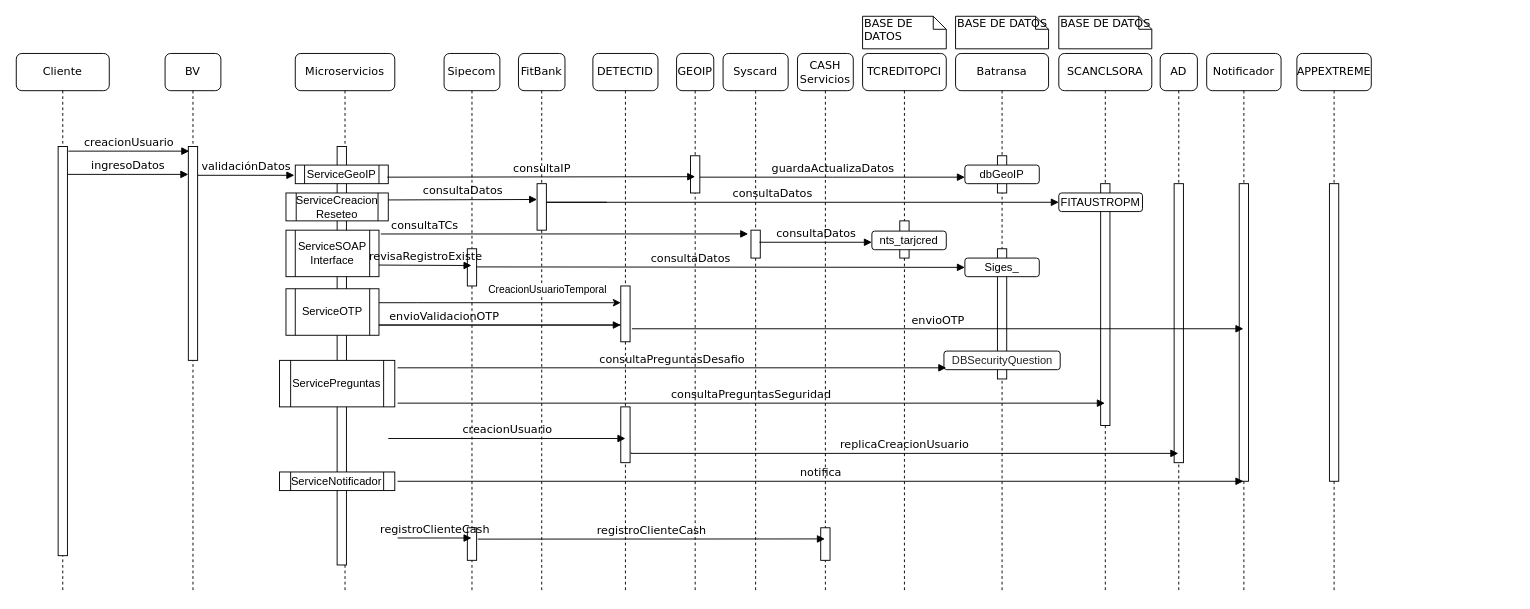
This is page "DiagramaSeqCreacion" (4 of 9) of CreateUsrBVDiagram.drawio from davidguillermofg/Diagrams, a draw.io file, before an edit. Source tidied: cells renumbered, new cells numbered last; positions are measured from the earlier drawing's top-left corner, leaving out a move shared by most shapes. Both pictures are drawn from the tidied source at 93%, with x=0, y=0 at pixel (16, 16).
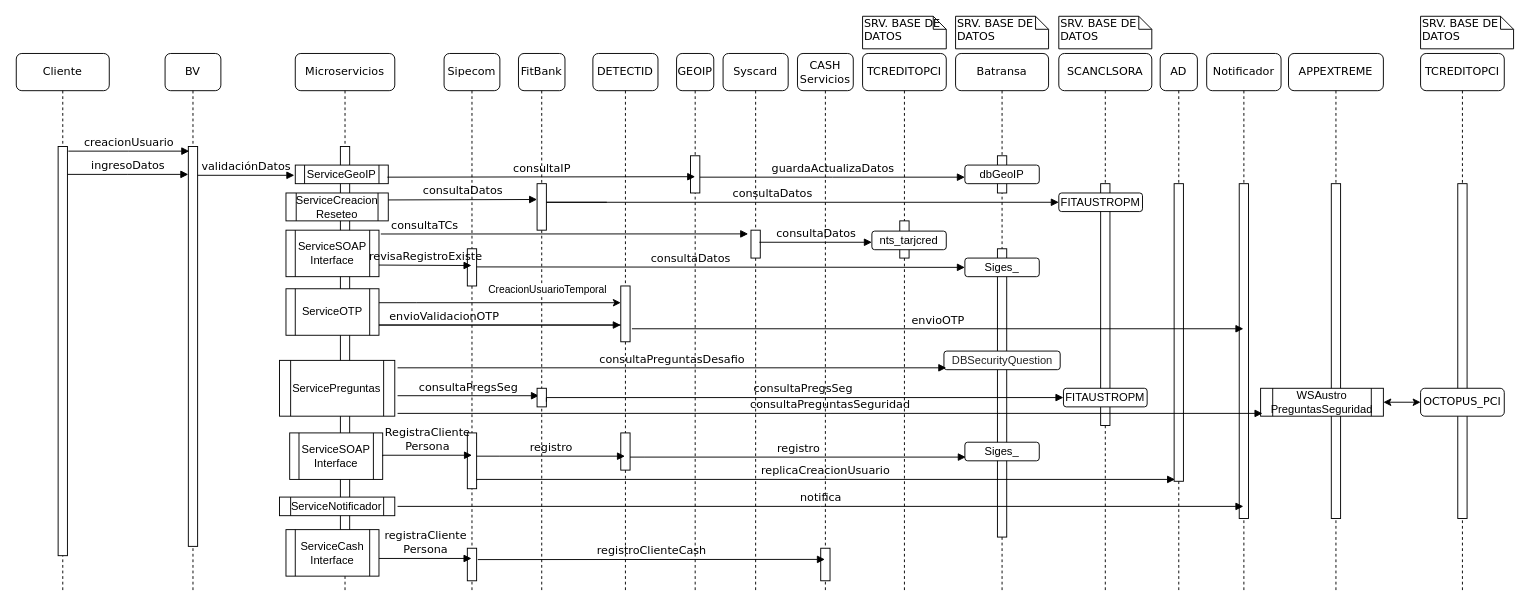
Above is the later version.

Unchanged cells that the change refers to:
```xml
<mxCell id="2" value="BV" style="shape=umlLifeline;perimeter=lifelinePerimeter;whiteSpace=wrap;html=1;rounded=1;shadow=0;comic=0;labelBackgroundColor=none;strokeWidth=1;fontFamily=Verdana;fontSize=12;align=center;" parent="1" vertex="1">
  <mxGeometry x="160" y="40" width="60" height="580" as="geometry" />
</mxCell>
<mxCell id="4" value="Microservicios" style="shape=umlLifeline;perimeter=lifelinePerimeter;whiteSpace=wrap;html=1;rounded=1;shadow=0;comic=0;labelBackgroundColor=none;strokeWidth=1;fontFamily=Verdana;fontSize=12;align=center;" parent="1" vertex="1">
  <mxGeometry x="300" y="40" width="107" height="580" as="geometry" />
</mxCell>
<mxCell id="12" value="Sipecom" style="shape=umlLifeline;perimeter=lifelinePerimeter;whiteSpace=wrap;html=1;rounded=1;shadow=0;comic=0;labelBackgroundColor=none;strokeWidth=1;fontFamily=Verdana;fontSize=12;align=center;" parent="1" vertex="1">
  <mxGeometry x="460" y="40" width="60" height="580" as="geometry" />
</mxCell>
<mxCell id="17" value="DETECTID" style="shape=umlLifeline;perimeter=lifelinePerimeter;whiteSpace=wrap;html=1;rounded=1;shadow=0;comic=0;labelBackgroundColor=none;strokeWidth=1;fontFamily=Verdana;fontSize=12;align=center;" parent="1" vertex="1">
  <mxGeometry x="620" y="40" width="70" height="580" as="geometry" />
</mxCell>
<mxCell id="30" value="Batransa" style="shape=umlLifeline;perimeter=lifelinePerimeter;whiteSpace=wrap;html=1;rounded=1;shadow=0;comic=0;labelBackgroundColor=none;strokeWidth=1;fontFamily=Verdana;fontSize=12;align=center;" parent="1" vertex="1">
  <mxGeometry x="1010" y="40" width="100" height="580" as="geometry" />
</mxCell>
<mxCell id="41" value="AD" style="shape=umlLifeline;perimeter=lifelinePerimeter;whiteSpace=wrap;html=1;rounded=1;shadow=0;comic=0;labelBackgroundColor=none;strokeWidth=1;fontFamily=Verdana;fontSize=12;align=center;" parent="1" vertex="1">
  <mxGeometry x="1230" y="40" width="40" height="580" as="geometry" />
</mxCell>
<mxCell id="43" value="Notificador" style="shape=umlLifeline;perimeter=lifelinePerimeter;whiteSpace=wrap;html=1;outlineConnect=0;rounded=1;shadow=0;comic=0;labelBackgroundColor=none;strokeWidth=1;fontFamily=Verdana;fontSize=12;align=center;" parent="1" vertex="1">
  <mxGeometry x="1280" y="40" width="80" height="580" as="geometry" />
</mxCell>
<mxCell id="65" value="CASH&lt;br&gt;Servicios" style="shape=umlLifeline;perimeter=lifelinePerimeter;whiteSpace=wrap;html=1;rounded=1;shadow=0;comic=0;labelBackgroundColor=none;strokeWidth=1;fontFamily=Verdana;fontSize=12;align=center;" parent="1" vertex="1">
  <mxGeometry x="840" y="40" width="60" height="580" as="geometry" />
</mxCell>
```

The edit, as a diff of the source:
```diff
@@
     <mxCell id="3" style="html=1;points=[];perimeter=orthogonalPerimeter;rounded=0;shadow=0;comic=0;labelBackgroundColor=none;strokeWidth=1;fontFamily=Verdana;fontSize=12;align=center;" parent="2" vertex="1">
-      <mxGeometry x="25" y="100" width="10" height="230" as="geometry" />
+      <mxGeometry x="25" y="100" width="10" height="430" as="geometry" />
     </mxCell>
@@
     <mxCell id="5" style="html=1;perimeter=orthogonalPerimeter;rounded=0;shadow=0;comic=0;labelBackgroundColor=none;strokeWidth=1;fontFamily=Verdana;fontSize=12;align=center;" parent="4" vertex="1">
-      <mxGeometry x="45" y="100" width="10" height="450" as="geometry" />
+      <mxGeometry x="48.5" y="100" width="10" height="450" as="geometry" />
     </mxCell>
@@
-    <mxCell id="10" value="ServiceNotificador" style="shape=process;whiteSpace=wrap;html=1;backgroundOutline=1;" parent="4" vertex="1">
-      <mxGeometry x="-17" y="450" width="124" height="20" as="geometry" />
-    </mxCell>
     <mxCell id="11" value="ServicePreguntas" style="shape=process;whiteSpace=wrap;html=1;backgroundOutline=1;" parent="4" vertex="1">
-      <mxGeometry x="-17" y="330" width="124" height="50" as="geometry" />
+      <mxGeometry x="-17" y="330" width="124" height="60" as="geometry" />
     </mxCell>
@@
-    <mxCell id="14" style="html=1;perimeter=orthogonalPerimeter;rounded=0;shadow=0;comic=0;labelBackgroundColor=none;strokeWidth=1;fontFamily=Verdana;fontSize=12;align=center;" parent="12" vertex="1">
-      <mxGeometry x="25" y="510" width="10" height="35" as="geometry" />
-    </mxCell>
@@
-    <mxCell id="18" style="html=1;points=[];perimeter=orthogonalPerimeter;rounded=0;shadow=0;comic=0;labelBackgroundColor=none;strokeWidth=1;fontFamily=Verdana;fontSize=12;align=center;" parent="17" vertex="1">
-      <mxGeometry x="30" y="380" width="10" height="60" as="geometry" />
-    </mxCell>
@@
-    <mxCell id="27" value="BASE DE DATOS" style="shape=note;whiteSpace=wrap;html=1;size=14;verticalAlign=top;align=left;spacingTop=-6;rounded=0;shadow=0;comic=0;labelBackgroundColor=none;strokeWidth=1;fontFamily=Verdana;fontSize=12;" parent="1" vertex="1">
+    <mxCell id="27" value="SRV.&amp;nbsp;BASE DE DATOS" style="shape=note;whiteSpace=wrap;html=1;size=14;verticalAlign=top;align=left;spacingTop=-6;rounded=0;shadow=0;comic=0;labelBackgroundColor=none;strokeWidth=1;fontFamily=Verdana;fontSize=12;" parent="1" vertex="1">
       <mxGeometry x="1010" width="100" height="35" as="geometry" />
     </mxCell>
-    <mxCell id="28" value="BASE DE DATOS" style="shape=note;whiteSpace=wrap;html=1;size=14;verticalAlign=top;align=left;spacingTop=-6;rounded=0;shadow=0;comic=0;labelBackgroundColor=none;strokeWidth=1;fontFamily=Verdana;fontSize=12;" parent="1" vertex="1">
+    <mxCell id="28" value="SRV.&amp;nbsp;BASE DE DATOS" style="shape=note;whiteSpace=wrap;html=1;size=14;verticalAlign=top;align=left;spacingTop=-6;rounded=0;shadow=0;comic=0;labelBackgroundColor=none;strokeWidth=1;fontFamily=Verdana;fontSize=12;" parent="1" vertex="1">
       <mxGeometry x="1121" width="100" height="35" as="geometry" />
     </mxCell>
@@
     <mxCell id="31" style="html=1;perimeter=orthogonalPerimeter;rounded=0;shadow=0;comic=0;labelBackgroundColor=none;strokeColor=#000000;strokeWidth=1;fillColor=#FFFFFF;fontFamily=Verdana;fontSize=12;fontColor=#000000;align=center;" parent="30" vertex="1">
-      <mxGeometry x="45" y="210" width="10" height="140" as="geometry" />
+      <mxGeometry x="45" y="210" width="10" height="310" as="geometry" />
     </mxCell>
@@
-    <mxCell id="37" value="creacionUsuario" style="html=1;verticalAlign=bottom;endArrow=block;labelBackgroundColor=none;fontFamily=Verdana;fontSize=12;edgeStyle=elbowEdgeStyle;elbow=vertical;rounded=0;" parent="1" edge="1">
-      <mxGeometry relative="1" as="geometry">
-        <mxPoint x="400" y="454" as="sourcePoint" />
-        <mxPoint x="655" y="454" as="targetPoint" />
-        <Array as="points">
-          <mxPoint x="400" y="454" />
-        </Array>
-      </mxGeometry>
-    </mxCell>
@@
     <mxCell id="42" style="html=1;perimeter=orthogonalPerimeter;rounded=0;shadow=0;comic=0;labelBackgroundColor=none;strokeColor=#000000;strokeWidth=1;fillColor=#FFFFFF;fontFamily=Verdana;fontSize=12;fontColor=#000000;align=center;" parent="41" vertex="1">
-      <mxGeometry x="15" y="140" width="10" height="300" as="geometry" />
+      <mxGeometry x="15" y="140" width="10" height="320" as="geometry" />
     </mxCell>
@@
     <mxCell id="44" style="html=1;perimeter=orthogonalPerimeter;rounded=0;shadow=0;comic=0;labelBackgroundColor=none;strokeColor=#000000;strokeWidth=1;fillColor=#FFFFFF;fontFamily=Verdana;fontSize=12;fontColor=#000000;align=center;" parent="43" vertex="1">
-      <mxGeometry x="35" y="140" width="10" height="320" as="geometry" />
+      <mxGeometry x="35" y="140" width="10" height="360" as="geometry" />
     </mxCell>
-    <mxCell id="45" value="replicaCreacionUsuario" style="html=1;verticalAlign=bottom;endArrow=block;labelBackgroundColor=none;fontFamily=Verdana;fontSize=12;edgeStyle=elbowEdgeStyle;elbow=vertical;rounded=0;exitX=1.1;exitY=0.65;exitDx=0;exitDy=0;exitPerimeter=0;" parent="1" edge="1">
-      <mxGeometry relative="1" as="geometry">
-        <mxPoint x="661" y="469" as="sourcePoint" />
-        <mxPoint x="1249.5" y="470" as="targetPoint" />
-        <Array as="points">
-          <mxPoint x="790" y="470" />
-        </Array>
-      </mxGeometry>
-    </mxCell>
-    <mxCell id="46" value="notifica" style="html=1;verticalAlign=bottom;endArrow=block;labelBackgroundColor=none;fontFamily=Verdana;fontSize=12;edgeStyle=elbowEdgeStyle;elbow=vertical;rounded=0;" parent="1" edge="1" target="43">
-      <mxGeometry relative="1" as="geometry">
-        <mxPoint x="410" y="500" as="sourcePoint" />
-      </mxGeometry>
-    </mxCell>
@@
-    <mxCell id="56" value="BASE DE DATOS" style="shape=note;whiteSpace=wrap;html=1;size=14;verticalAlign=top;align=left;spacingTop=-6;rounded=0;shadow=0;comic=0;labelBackgroundColor=none;strokeWidth=1;fontFamily=Verdana;fontSize=12;" parent="1" vertex="1">
+    <mxCell id="56" value="SRV. BASE DE DATOS" style="shape=note;whiteSpace=wrap;html=1;size=14;verticalAlign=top;align=left;spacingTop=-6;rounded=0;shadow=0;comic=0;labelBackgroundColor=none;strokeWidth=1;fontFamily=Verdana;fontSize=12;" parent="1" vertex="1">
       <mxGeometry x="910" width="90" height="35" as="geometry" />
     </mxCell>
@@
-    <mxCell id="62" value="consultaPreguntasSeguridad" style="html=1;verticalAlign=bottom;endArrow=block;labelBackgroundColor=none;fontFamily=Verdana;fontSize=12;edgeStyle=elbowEdgeStyle;elbow=vertical;rounded=0;" parent="1" edge="1">
-      <mxGeometry relative="1" as="geometry">
-        <mxPoint x="410" y="416" as="sourcePoint" />
-        <mxPoint x="1170.5" y="416" as="targetPoint" />
-      </mxGeometry>
-    </mxCell>
@@
+    <mxCell id="69" value="APPEXTREME" style="shape=umlLifeline;perimeter=lifelinePerimeter;whiteSpace=wrap;html=1;rounded=1;shadow=0;comic=0;labelBackgroundColor=none;strokeWidth=1;fontFamily=Verdana;fontSize=12;align=center;" parent="1" vertex="1">
+      <mxGeometry x="1368" y="40" width="102" height="580" as="geometry" />
+    </mxCell>
+    <mxCell id="70" style="html=1;perimeter=orthogonalPerimeter;rounded=0;shadow=0;comic=0;labelBackgroundColor=none;strokeColor=#000000;strokeWidth=1;fillColor=#FFFFFF;fontFamily=Verdana;fontSize=12;fontColor=#000000;align=center;" parent="69" vertex="1">
+      <mxGeometry x="46" y="140" width="10" height="360" as="geometry" />
+    </mxCell>
+    <mxCell id="71" value="WSAustro&lt;br&gt;PreguntasSeguridad" style="shape=process;whiteSpace=wrap;html=1;backgroundOutline=1;" parent="69" vertex="1">
+      <mxGeometry x="-30" y="360" width="132" height="30" as="geometry" />
+    </mxCell>
+    <mxCell id="62" value="consultaPreguntasSeguridad" style="html=1;verticalAlign=bottom;endArrow=block;labelBackgroundColor=none;fontFamily=Verdana;fontSize=12;edgeStyle=elbowEdgeStyle;elbow=vertical;rounded=0;" parent="1" edge="1">
+      <mxGeometry relative="1" as="geometry">
+        <mxPoint x="410" y="427" as="sourcePoint" />
+        <mxPoint x="1340" y="427" as="targetPoint" />
+      </mxGeometry>
+    </mxCell>
+    <mxCell id="72" value="TCREDITOPCI" style="shape=umlLifeline;perimeter=lifelinePerimeter;whiteSpace=wrap;html=1;rounded=1;shadow=0;comic=0;labelBackgroundColor=none;strokeWidth=1;fontFamily=Verdana;fontSize=12;align=center;" parent="1" vertex="1">
+      <mxGeometry x="1510" y="40" width="90" height="580" as="geometry" />
+    </mxCell>
+    <mxCell id="73" style="html=1;perimeter=orthogonalPerimeter;rounded=0;shadow=0;comic=0;labelBackgroundColor=none;strokeColor=#000000;strokeWidth=1;fillColor=#FFFFFF;fontFamily=Verdana;fontSize=12;fontColor=#000000;align=center;" parent="72" vertex="1">
+      <mxGeometry x="40" y="140" width="10" height="360" as="geometry" />
+    </mxCell>
+    <mxCell id="74" value="&lt;span style=&quot;font-family: &amp;#34;verdana&amp;#34;&quot;&gt;OCTOPUS_PCI&lt;/span&gt;" style="rounded=1;whiteSpace=wrap;html=1;" parent="72" vertex="1">
+      <mxGeometry y="360" width="90" height="30" as="geometry" />
+    </mxCell>
+    <mxCell id="75" value="SRV.&amp;nbsp;BASE DE DATOS" style="shape=note;whiteSpace=wrap;html=1;size=14;verticalAlign=top;align=left;spacingTop=-6;rounded=0;shadow=0;comic=0;labelBackgroundColor=none;strokeWidth=1;fontFamily=Verdana;fontSize=12;" parent="1" vertex="1">
+      <mxGeometry x="1510" width="100" height="35" as="geometry" />
+    </mxCell>
+    <mxCell id="76" style="edgeStyle=orthogonalEdgeStyle;rounded=0;jettySize=auto;html=1;exitX=1;exitY=0.5;exitDx=0;exitDy=0;entryX=0;entryY=0.5;entryDx=0;entryDy=0;fontSize=12;startArrow=classic;startFill=1;" parent="1" edge="1" source="71" target="74">
+      <mxGeometry relative="1" as="geometry" />
+    </mxCell>
+    <mxCell id="77" value="consultaPregsSeg" style="html=1;verticalAlign=bottom;endArrow=block;labelBackgroundColor=none;fontFamily=Verdana;fontSize=12;edgeStyle=elbowEdgeStyle;elbow=vertical;rounded=0;entryX=0.2;entryY=0.22;entryDx=0;entryDy=0;entryPerimeter=0;" parent="1" edge="1">
+      <mxGeometry relative="1" as="geometry">
+        <mxPoint x="410" y="408" as="sourcePoint" />
+        <mxPoint x="562" y="408.4" as="targetPoint" />
+        <Array as="points">
+          <mxPoint x="490" y="408" />
+        </Array>
+      </mxGeometry>
+    </mxCell>
+    <mxCell id="78" style="html=1;perimeter=orthogonalPerimeter;rounded=0;shadow=0;comic=0;labelBackgroundColor=none;strokeWidth=1;fontFamily=Verdana;fontSize=12;align=center;" parent="1" vertex="1">
+      <mxGeometry x="560" y="400" width="10" height="20" as="geometry" />
+    </mxCell>
+    <mxCell id="79" value="ServiceCash&lt;br&gt;Interface" style="shape=process;whiteSpace=wrap;html=1;backgroundOutline=1;" parent="1" vertex="1">
+      <mxGeometry x="290" y="552" width="100" height="50" as="geometry" />
+    </mxCell>
+    <mxCell id="14" style="html=1;perimeter=orthogonalPerimeter;rounded=0;shadow=0;comic=0;labelBackgroundColor=none;strokeWidth=1;fontFamily=Verdana;fontSize=12;align=center;" parent="1" vertex="1">
+      <mxGeometry x="485" y="572" width="10" height="35" as="geometry" />
+    </mxCell>
-    <mxCell id="66" style="html=1;perimeter=orthogonalPerimeter;rounded=0;shadow=0;comic=0;labelBackgroundColor=none;strokeWidth=1;fontFamily=Verdana;fontSize=12;align=center;" parent="65" vertex="1">
-      <mxGeometry x="25" y="510" width="10" height="35" as="geometry" />
+    <mxCell id="66" style="html=1;perimeter=orthogonalPerimeter;rounded=0;shadow=0;comic=0;labelBackgroundColor=none;strokeWidth=1;fontFamily=Verdana;fontSize=12;align=center;" parent="1" vertex="1">
+      <mxGeometry x="865" y="572" width="10" height="35" as="geometry" />
     </mxCell>
-    <mxCell id="67" value="registroClienteCash" style="html=1;verticalAlign=bottom;endArrow=block;labelBackgroundColor=none;fontFamily=Verdana;fontSize=12;edgeStyle=elbowEdgeStyle;elbow=vertical;rounded=0;" parent="1" edge="1">
+    <mxCell id="67" value="registraCliente&lt;br&gt;Persona" style="html=1;verticalAlign=bottom;endArrow=block;labelBackgroundColor=none;fontFamily=Verdana;fontSize=12;edgeStyle=elbowEdgeStyle;elbow=vertical;rounded=0;" parent="1" edge="1">
       <mxGeometry relative="1" as="geometry">
-        <mxPoint x="410" y="561" as="sourcePoint" />
-        <mxPoint x="489.5" y="561" as="targetPoint" />
+        <mxPoint x="390" y="583" as="sourcePoint" />
+        <mxPoint x="489.5" y="583" as="targetPoint" />
         <Array as="points">
-          <mxPoint x="460" y="561" />
+          <mxPoint x="460" y="583" />
         </Array>
       </mxGeometry>
     </mxCell>
     <mxCell id="68" value="registroClienteCash" style="html=1;verticalAlign=bottom;endArrow=block;labelBackgroundColor=none;fontFamily=Verdana;fontSize=12;edgeStyle=elbowEdgeStyle;elbow=vertical;rounded=0;exitX=1.2;exitY=0.982;exitDx=0;exitDy=0;exitPerimeter=0;" parent="1" edge="1">
       <mxGeometry relative="1" as="geometry">
-        <mxPoint x="496.2" y="562.2" as="sourcePoint" />
-        <mxPoint x="869.5" y="562" as="targetPoint" />
+        <mxPoint x="496.2" y="584.2" as="sourcePoint" />
+        <mxPoint x="869.5" y="584" as="targetPoint" />
         <Array as="points">
-          <mxPoint x="794.2" y="562" />
+          <mxPoint x="794.2" y="584" />
         </Array>
       </mxGeometry>
     </mxCell>
-    <mxCell id="69" value="APPEXTREME" style="shape=umlLifeline;perimeter=lifelinePerimeter;whiteSpace=wrap;html=1;rounded=1;shadow=0;comic=0;labelBackgroundColor=none;strokeWidth=1;fontFamily=Verdana;fontSize=12;align=center;" parent="1" vertex="1">
-      <mxGeometry x="1377" y="40" width="80" height="580" as="geometry" />
-    </mxCell>
-    <mxCell id="70" style="html=1;perimeter=orthogonalPerimeter;rounded=0;shadow=0;comic=0;labelBackgroundColor=none;strokeColor=#000000;strokeWidth=1;fillColor=#FFFFFF;fontFamily=Verdana;fontSize=12;fontColor=#000000;align=center;" parent="69" vertex="1">
-      <mxGeometry x="35" y="140" width="10" height="320" as="geometry" />
-    </mxCell>
+    <mxCell id="10" value="ServiceNotificador" style="shape=process;whiteSpace=wrap;html=1;backgroundOutline=1;" parent="1" vertex="1">
+      <mxGeometry x="283" y="517" width="124" height="20" as="geometry" />
+    </mxCell>
+    <mxCell id="46" value="notifica" style="html=1;verticalAlign=bottom;endArrow=block;labelBackgroundColor=none;fontFamily=Verdana;fontSize=12;edgeStyle=elbowEdgeStyle;elbow=vertical;rounded=0;" parent="1" edge="1">
+      <mxGeometry relative="1" as="geometry">
+        <mxPoint x="410" y="527" as="sourcePoint" />
+        <mxPoint x="1319.5" y="527" as="targetPoint" />
+      </mxGeometry>
+    </mxCell>
+    <mxCell id="80" value="ServiceSOAP&lt;br&gt;Interface" style="shape=process;whiteSpace=wrap;html=1;backgroundOutline=1;" parent="1" vertex="1">
+      <mxGeometry x="294" y="448" width="100" height="50" as="geometry" />
+    </mxCell>
+    <mxCell id="18" style="html=1;points=[];perimeter=orthogonalPerimeter;rounded=0;shadow=0;comic=0;labelBackgroundColor=none;strokeWidth=1;fontFamily=Verdana;fontSize=12;align=center;" parent="1" vertex="1">
+      <mxGeometry x="485" y="448" width="10" height="60" as="geometry" />
+    </mxCell>
+    <mxCell id="81" style="html=1;perimeter=orthogonalPerimeter;rounded=0;shadow=0;comic=0;labelBackgroundColor=none;strokeWidth=1;fontFamily=Verdana;fontSize=12;align=center;" parent="1" vertex="1">
+      <mxGeometry x="650" y="448" width="10" height="40" as="geometry" />
+    </mxCell>
+    <mxCell id="82" value="Siges_" style="rounded=1;whiteSpace=wrap;html=1;" parent="1" vertex="1">
+      <mxGeometry x="1020" y="458" width="80" height="20" as="geometry" />
+    </mxCell>
+    <mxCell id="37" value="RegistraCliente&lt;br&gt;Persona" style="html=1;verticalAlign=bottom;endArrow=block;labelBackgroundColor=none;fontFamily=Verdana;fontSize=12;edgeStyle=elbowEdgeStyle;elbow=vertical;rounded=0;exitX=1;exitY=0.5;exitDx=0;exitDy=0;" parent="1" edge="1" source="80">
+      <mxGeometry relative="1" as="geometry">
+        <mxPoint x="490" y="472" as="targetPoint" />
+        <Array as="points">
+          <mxPoint x="400" y="472" />
+        </Array>
+      </mxGeometry>
+    </mxCell>
+    <mxCell id="45" value="replicaCreacionUsuario" style="html=1;verticalAlign=bottom;endArrow=block;labelBackgroundColor=none;fontFamily=Verdana;fontSize=12;edgeStyle=elbowEdgeStyle;elbow=vertical;rounded=0;exitX=1;exitY=0.85;exitDx=0;exitDy=0;exitPerimeter=0;entryX=0.1;entryY=0.965;entryDx=0;entryDy=0;entryPerimeter=0;" parent="1" edge="1" source="18">
+      <mxGeometry relative="1" as="geometry">
+        <mxPoint x="1246" y="497.1" as="targetPoint" />
+        <Array as="points">
+          <mxPoint x="490" y="498" />
+        </Array>
+      </mxGeometry>
+    </mxCell>
+    <mxCell id="83" value="registro" style="html=1;verticalAlign=bottom;endArrow=block;labelBackgroundColor=none;fontFamily=Verdana;fontSize=12;edgeStyle=elbowEdgeStyle;elbow=vertical;rounded=0;" parent="1" edge="1">
+      <mxGeometry relative="1" as="geometry">
+        <mxPoint x="495" y="473" as="sourcePoint" />
+        <mxPoint x="654.5" y="473" as="targetPoint" />
+        <Array as="points">
+          <mxPoint x="520" y="473" />
+        </Array>
+      </mxGeometry>
+    </mxCell>
+    <mxCell id="84" value="registro" style="html=1;verticalAlign=bottom;endArrow=block;labelBackgroundColor=none;fontFamily=Verdana;fontSize=12;edgeStyle=elbowEdgeStyle;elbow=vertical;rounded=0;" parent="1" edge="1">
+      <mxGeometry relative="1" as="geometry">
+        <mxPoint x="660" y="474" as="sourcePoint" />
+        <mxPoint x="1021" y="474" as="targetPoint" />
+        <Array as="points">
+          <mxPoint x="676" y="474" />
+        </Array>
+      </mxGeometry>
+    </mxCell>
+    <mxCell id="85" value="consultaPregsSeg" style="html=1;verticalAlign=bottom;endArrow=block;labelBackgroundColor=none;fontFamily=Verdana;fontSize=12;edgeStyle=elbowEdgeStyle;elbow=vertical;rounded=0;exitX=1;exitY=0.25;exitDx=0;exitDy=0;entryX=0;entryY=0.5;entryDx=0;entryDy=0;" parent="1" edge="1">
+      <mxGeometry relative="1" as="geometry">
+        <mxPoint x="570" y="414.5" as="sourcePoint" />
+        <mxPoint x="1126" y="410" as="targetPoint" />
+        <Array as="points">
+          <mxPoint x="1090" y="410" />
+        </Array>
+      </mxGeometry>
+    </mxCell>
+    <mxCell id="86" value="FITAUSTROPM" style="rounded=1;whiteSpace=wrap;html=1;" parent="1" vertex="1">
+      <mxGeometry x="1126" y="400" width="90" height="20" as="geometry" />
+    </mxCell>
```
